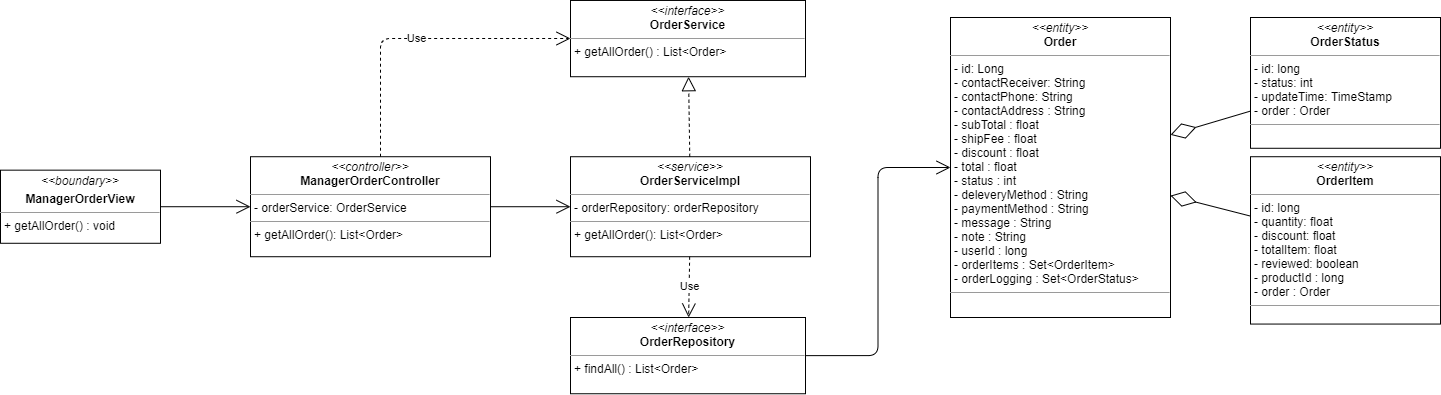
The draw.io diagram image-class/manager-order-class-diagram.png in nguyenphamvan/datn_20202, before a commit. Source tidied: cells renumbered, new cells last; positions are measured from the earlier drawing's top-left corner, leaving out a move shared by most shapes.
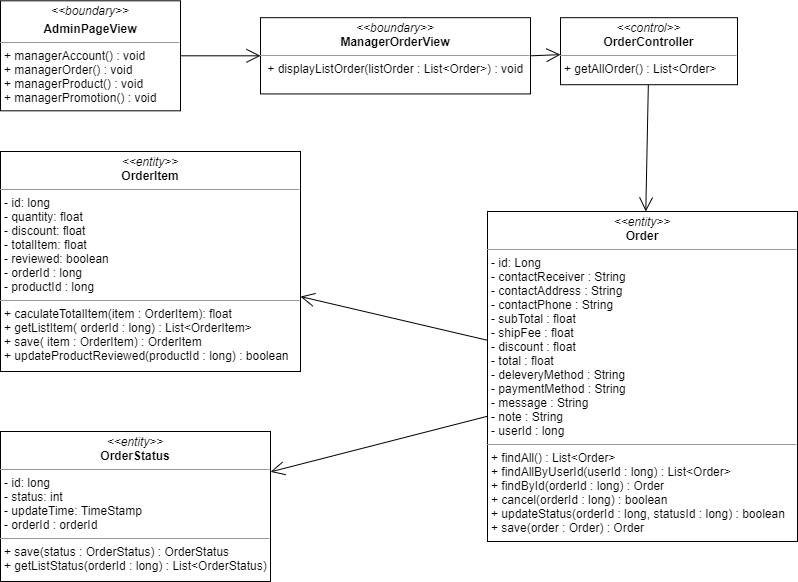
The same diagram one commit later.

Change to the diagram source:
```diff
@@ -2,57 +2,38 @@
   <root>
     <mxCell id="0" />
     <mxCell id="1" parent="0" />
-    <mxCell id="2" value="&lt;p style=&quot;margin: 0px ; margin-top: 4px ; text-align: center&quot;&gt;&lt;i&gt;&amp;lt;&amp;lt;boundary&amp;gt;&amp;gt;&lt;/i&gt;&lt;/p&gt;&lt;p style=&quot;margin: 0px ; margin-top: 4px ; text-align: center&quot;&gt;&lt;b&gt;ManagerOrderView&lt;/b&gt;&lt;/p&gt;&lt;hr size=&quot;1&quot;&gt;&lt;p style=&quot;margin: 0px ; margin-left: 4px&quot;&gt;&lt;span&gt;+ getAllOrder() : void&lt;/span&gt;&lt;br&gt;&lt;/p&gt;" style="verticalAlign=top;align=left;overflow=fill;fontSize=12;fontFamily=Helvetica;html=1;" parent="1" vertex="1">
-      <mxGeometry y="169.7" width="160" height="73.1" as="geometry" />
-    </mxCell>
-    <mxCell id="3" style="endArrow=open;endFill=1;endSize=12;html=1;entryX=0;entryY=0.5;entryDx=0;entryDy=0;exitX=1;exitY=0.5;exitDx=0;exitDy=0;" parent="1" edge="1" source="2" target="7">
-      <mxGeometry relative="1" as="geometry" />
-    </mxCell>
-    <mxCell id="4" style="endArrow=open;endFill=1;endSize=12;html=1;exitX=1;exitY=0.5;exitDx=0;exitDy=0;edgeStyle=orthogonalEdgeStyle;" parent="1" edge="1" source="5" target="13">
-      <mxGeometry relative="1" as="geometry" />
-    </mxCell>
-    <mxCell id="5" value="&lt;p style=&quot;margin: 0px ; margin-top: 4px ; text-align: center&quot;&gt;&lt;i&gt;&amp;lt;&amp;lt;interface&amp;gt;&amp;gt;&lt;/i&gt;&lt;br&gt;&lt;b&gt;OrderRepository&lt;/b&gt;&lt;/p&gt;&lt;hr size=&quot;1&quot;&gt;&lt;p style=&quot;margin: 0px ; margin-left: 4px&quot;&gt;+ findAll() : List&amp;lt;Order&amp;gt;&lt;/p&gt;" style="verticalAlign=top;align=left;overflow=fill;fontSize=12;fontFamily=Helvetica;html=1;" parent="1" vertex="1">
-      <mxGeometry x="570" y="317" width="235" height="76.2" as="geometry" />
-    </mxCell>
-    <mxCell id="6" value="&lt;p style=&quot;margin: 0px ; margin-top: 4px ; text-align: center&quot;&gt;&lt;i&gt;&amp;lt;&amp;lt;interface&amp;gt;&amp;gt;&lt;/i&gt;&lt;br&gt;&lt;b&gt;OrderService&lt;/b&gt;&lt;/p&gt;&lt;hr size=&quot;1&quot;&gt;&lt;p style=&quot;margin: 0px ; margin-left: 4px&quot;&gt;+ getAllOrder() : List&amp;lt;Order&amp;gt;&lt;/p&gt;" style="verticalAlign=top;align=left;overflow=fill;fontSize=12;fontFamily=Helvetica;html=1;" parent="1" vertex="1">
-      <mxGeometry x="570" width="235" height="76.2" as="geometry" />
-    </mxCell>
-    <mxCell id="7" value="&lt;p style=&quot;margin: 0px ; margin-top: 4px ; text-align: center&quot;&gt;&lt;i&gt;&amp;lt;&amp;lt;controller&amp;gt;&amp;gt;&lt;/i&gt;&lt;br&gt;&lt;b&gt;ManagerOrderController&lt;/b&gt;&lt;br&gt;&lt;/p&gt;&lt;hr size=&quot;1&quot;&gt;&lt;p style=&quot;margin: 0px ; margin-left: 4px&quot;&gt;- orderService: OrderService&lt;br&gt;&lt;/p&gt;&lt;hr size=&quot;1&quot;&gt;&lt;p style=&quot;margin: 0px ; margin-left: 4px&quot;&gt;+ getAllOrder(): List&amp;lt;Order&amp;gt;&lt;br&gt;&lt;/p&gt;" style="verticalAlign=top;align=left;overflow=fill;fontSize=12;fontFamily=Helvetica;html=1;" parent="1" vertex="1">
-      <mxGeometry x="250" y="156.2" width="240" height="100" as="geometry" />
-    </mxCell>
-    <mxCell id="8" value="&lt;p style=&quot;margin: 0px ; margin-top: 4px ; text-align: center&quot;&gt;&lt;i&gt;&amp;lt;&amp;lt;service&amp;gt;&amp;gt;&lt;/i&gt;&lt;br&gt;&lt;b&gt;OrderServiceImpl&lt;/b&gt;&lt;/p&gt;&lt;hr size=&quot;1&quot;&gt;&lt;p style=&quot;margin: 0px ; margin-left: 4px&quot;&gt;- orderRepository: orderRepository&lt;br&gt;&lt;/p&gt;&lt;hr size=&quot;1&quot;&gt;&lt;p style=&quot;margin: 0px ; margin-left: 4px&quot;&gt;+ getAllOrder(): List&amp;lt;Order&amp;gt;&lt;br&gt;&lt;/p&gt;" style="verticalAlign=top;align=left;overflow=fill;fontSize=12;fontFamily=Helvetica;html=1;" parent="1" vertex="1">
-      <mxGeometry x="570" y="156.2" width="240" height="100" as="geometry" />
-    </mxCell>
-    <mxCell id="9" value="Use" style="endArrow=open;endSize=12;dashed=1;html=1;edgeStyle=orthogonalEdgeStyle;" parent="1" edge="1" source="7" target="6">
-      <mxGeometry relative="1" as="geometry">
-        <Array as="points">
-          <mxPoint x="380" y="38" />
-        </Array>
-      </mxGeometry>
-    </mxCell>
-    <mxCell id="10" style="endArrow=block;dashed=1;endFill=0;endSize=12;html=1;" parent="1" edge="1" source="8" target="6">
-      <mxGeometry relative="1" as="geometry" />
-    </mxCell>
-    <mxCell id="11" value="Use" style="endArrow=open;endSize=12;dashed=1;html=1;" parent="1" edge="1" source="8" target="5">
-      <mxGeometry relative="1" as="geometry" />
-    </mxCell>
-    <mxCell id="12" style="endArrow=open;endFill=1;endSize=12;html=1;" parent="1" edge="1" source="7" target="8">
-      <mxGeometry relative="1" as="geometry" />
-    </mxCell>
-    <mxCell id="13" value="&lt;p style=&quot;margin: 0px ; margin-top: 4px ; text-align: center&quot;&gt;&lt;i&gt;&amp;lt;&amp;lt;entity&amp;gt;&amp;gt;&lt;/i&gt;&lt;br&gt;&lt;b&gt;Order&lt;/b&gt;&lt;/p&gt;&lt;hr size=&quot;1&quot;&gt;&lt;p style=&quot;margin: 0px ; margin-left: 4px&quot;&gt;- id: Long&lt;/p&gt;&lt;p style=&quot;margin: 0px 0px 0px 4px&quot;&gt;- contactReceiver: String&lt;br&gt;- contactPhone: String&lt;/p&gt;&lt;p style=&quot;margin: 0px 0px 0px 4px&quot;&gt;- contactAddress : String&lt;/p&gt;&lt;p style=&quot;margin: 0px 0px 0px 4px&quot;&gt;- subTotal : float&lt;/p&gt;&lt;p style=&quot;margin: 0px 0px 0px 4px&quot;&gt;- shipFee : float&lt;/p&gt;&lt;p style=&quot;margin: 0px 0px 0px 4px&quot;&gt;- discount : float&lt;/p&gt;&lt;p style=&quot;margin: 0px 0px 0px 4px&quot;&gt;- total : float&lt;/p&gt;&lt;p style=&quot;margin: 0px 0px 0px 4px&quot;&gt;- status : int&lt;/p&gt;&lt;p style=&quot;margin: 0px 0px 0px 4px&quot;&gt;- deleveryMethod : String&lt;/p&gt;&lt;p style=&quot;margin: 0px 0px 0px 4px&quot;&gt;- paymentMethod : String&lt;/p&gt;&lt;p style=&quot;margin: 0px 0px 0px 4px&quot;&gt;- message : String&lt;/p&gt;&lt;p style=&quot;margin: 0px 0px 0px 4px&quot;&gt;- note : String&lt;/p&gt;&lt;p style=&quot;margin: 0px 0px 0px 4px&quot;&gt;- userId : long&lt;/p&gt;&lt;p style=&quot;margin: 0px 0px 0px 4px&quot;&gt;- orderItems : Set&amp;lt;OrderItem&amp;gt;&lt;/p&gt;&lt;p style=&quot;margin: 0px 0px 0px 4px&quot;&gt;- orderLogging : Set&amp;lt;OrderStatus&amp;gt;&amp;nbsp;&lt;/p&gt;&lt;hr size=&quot;1&quot;&gt;&lt;p style=&quot;margin: 0px ; margin-left: 4px&quot;&gt;&lt;br&gt;&lt;/p&gt;" style="verticalAlign=top;align=left;overflow=fill;fontSize=12;fontFamily=Helvetica;html=1;" parent="1" vertex="1">
-      <mxGeometry x="950" y="17" width="220" height="300" as="geometry" />
-    </mxCell>
-    <mxCell id="14" value="&lt;p style=&quot;margin: 0px ; margin-top: 4px ; text-align: center&quot;&gt;&lt;i&gt;&amp;lt;&amp;lt;entity&amp;gt;&amp;gt;&lt;/i&gt;&lt;br&gt;&lt;b&gt;OrderItem&lt;/b&gt;&lt;/p&gt;&lt;hr size=&quot;1&quot;&gt;&lt;p style=&quot;margin: 0px ; margin-left: 4px&quot;&gt;- id: long&lt;/p&gt;&lt;p style=&quot;margin: 0px ; margin-left: 4px&quot;&gt;- quantity: float&lt;br&gt;- discount: float&lt;/p&gt;&lt;p style=&quot;margin: 0px ; margin-left: 4px&quot;&gt;- totalItem: float&lt;/p&gt;&lt;p style=&quot;margin: 0px ; margin-left: 4px&quot;&gt;- reviewed: boolean&lt;/p&gt;&lt;p style=&quot;margin: 0px ; margin-left: 4px&quot;&gt;- productId : long&lt;/p&gt;&lt;p style=&quot;margin: 0px ; margin-left: 4px&quot;&gt;- order : Order&lt;/p&gt;&lt;hr size=&quot;1&quot;&gt;&lt;p style=&quot;margin: 0px ; margin-left: 4px&quot;&gt;&lt;br&gt;&lt;/p&gt;" style="verticalAlign=top;align=left;overflow=fill;fontSize=12;fontFamily=Helvetica;html=1;" parent="1" vertex="1">
-      <mxGeometry x="1250" y="156.2" width="190" height="167.3" as="geometry" />
-    </mxCell>
-    <mxCell id="15" value="&lt;p style=&quot;margin: 0px ; margin-top: 4px ; text-align: center&quot;&gt;&lt;i&gt;&amp;lt;&amp;lt;entity&amp;gt;&amp;gt;&lt;/i&gt;&lt;br&gt;&lt;b&gt;OrderStatus&lt;/b&gt;&lt;/p&gt;&lt;hr size=&quot;1&quot;&gt;&lt;p style=&quot;margin: 0px ; margin-left: 4px&quot;&gt;- id: long&lt;/p&gt;&lt;p style=&quot;margin: 0px ; margin-left: 4px&quot;&gt;- status: int&lt;br&gt;- updateTime: TimeStamp&lt;/p&gt;&lt;p style=&quot;margin: 0px ; margin-left: 4px&quot;&gt;- order : Order&lt;/p&gt;&lt;hr size=&quot;1&quot;&gt;&lt;p style=&quot;margin: 0px ; margin-left: 4px&quot;&gt;&lt;br&gt;&lt;/p&gt;" style="verticalAlign=top;align=left;overflow=fill;fontSize=12;fontFamily=Helvetica;html=1;" parent="1" vertex="1">
-      <mxGeometry x="1250" y="17" width="190" height="130.8" as="geometry" />
-    </mxCell>
-    <mxCell id="16" style="endArrow=diamondThin;endFill=0;endSize=24;html=1;" parent="1" edge="1" source="15" target="13">
-      <mxGeometry relative="1" as="geometry" />
-    </mxCell>
-    <mxCell id="17" style="endArrow=diamondThin;endFill=0;endSize=24;html=1;" parent="1" edge="1" source="14" target="13">
-      <mxGeometry relative="1" as="geometry" />
-    </mxCell>
+    <mxCell id="18" value="&lt;p style=&quot;margin: 0px ; margin-top: 4px ; text-align: center&quot;&gt;&lt;i&gt;&amp;lt;&amp;lt;boundary&amp;gt;&amp;gt;&lt;/i&gt;&lt;br&gt;&lt;b&gt;ManagerOrderView&lt;/b&gt;&lt;/p&gt;&lt;hr size=&quot;1&quot;&gt;&lt;p style=&quot;margin: 0px ; margin-left: 4px&quot;&gt;&lt;span&gt;&amp;nbsp;&lt;/span&gt;&lt;span&gt;+ displayListOrder(listOrder : List&amp;lt;Order&amp;gt;) : void&lt;/span&gt;&lt;/p&gt;" style="verticalAlign=top;align=left;overflow=fill;fontSize=12;fontFamily=Helvetica;html=1;" parent="1" vertex="1">
+      <mxGeometry x="500" y="163.2" width="270" height="76.2" as="geometry" />
+    </mxCell>
+    <mxCell id="19" style="endArrow=open;endFill=1;endSize=12;html=1;exitX=1;exitY=0.5;exitDx=0;exitDy=0;" parent="1" edge="1" source="18" target="20">
+      <mxGeometry relative="1" as="geometry" />
+    </mxCell>
+    <mxCell id="20" value="&lt;p style=&quot;margin: 0px ; margin-top: 4px ; text-align: center&quot;&gt;&lt;i&gt;&amp;lt;&amp;lt;control&amp;gt;&amp;gt;&lt;/i&gt;&lt;br&gt;&lt;b&gt;OrderController&lt;/b&gt;&lt;br&gt;&lt;/p&gt;&lt;hr size=&quot;1&quot;&gt;&lt;p style=&quot;margin: 0px ; margin-left: 4px&quot;&gt;&lt;span&gt;+ getAllOrder() : List&amp;lt;Order&amp;gt;&lt;/span&gt;&lt;br&gt;&lt;/p&gt;" style="verticalAlign=top;align=left;overflow=fill;fontSize=12;fontFamily=Helvetica;html=1;" parent="1" vertex="1">
+      <mxGeometry x="800" y="163.2" width="177" height="67" as="geometry" />
+    </mxCell>
+    <mxCell id="21" style="endArrow=open;endFill=1;endSize=12;html=1;" parent="1" edge="1" source="20" target="24">
+      <mxGeometry relative="1" as="geometry" />
+    </mxCell>
+    <mxCell id="22" value="&lt;p style=&quot;margin: 0px ; margin-top: 4px ; text-align: center&quot;&gt;&lt;i&gt;&amp;lt;&amp;lt;entity&amp;gt;&amp;gt;&lt;/i&gt;&lt;br&gt;&lt;b&gt;OrderItem&lt;/b&gt;&lt;/p&gt;&lt;hr size=&quot;1&quot;&gt;&lt;p style=&quot;margin: 0px ; margin-left: 4px&quot;&gt;- id: long&lt;/p&gt;&lt;p style=&quot;margin: 0px ; margin-left: 4px&quot;&gt;- quantity: float&lt;br&gt;- discount: float&lt;/p&gt;&lt;p style=&quot;margin: 0px ; margin-left: 4px&quot;&gt;- totalItem: float&lt;/p&gt;&lt;p style=&quot;margin: 0px ; margin-left: 4px&quot;&gt;- reviewed: boolean&lt;/p&gt;&lt;p style=&quot;margin: 0px ; margin-left: 4px&quot;&gt;- orderId : long&lt;/p&gt;&lt;p style=&quot;margin: 0px ; margin-left: 4px&quot;&gt;- productId : long&lt;/p&gt;&lt;hr size=&quot;1&quot;&gt;&lt;p style=&quot;margin: 0px 0px 0px 4px&quot;&gt;+ caculateTotalItem(item : OrderItem): float&lt;br&gt;&lt;/p&gt;&lt;p style=&quot;margin: 0px 0px 0px 4px&quot;&gt;+ getListItem( orderId : long) : List&amp;lt;OrderItem&amp;gt;&lt;br&gt;&lt;/p&gt;&lt;p style=&quot;margin: 0px 0px 0px 4px&quot;&gt;+ save( item : OrderItem) : OrderItem&lt;/p&gt;&lt;p style=&quot;margin: 0px 0px 0px 4px&quot;&gt;+ updateProductReviewed(productId : long) : boolean&lt;/p&gt;" style="verticalAlign=top;align=left;overflow=fill;fontSize=12;fontFamily=Helvetica;html=1;" parent="1" vertex="1">
+      <mxGeometry x="240" y="297" width="300" height="220" as="geometry" />
+    </mxCell>
+    <mxCell id="23" value="&lt;p style=&quot;margin: 0px ; margin-top: 4px ; text-align: center&quot;&gt;&lt;i&gt;&amp;lt;&amp;lt;entity&amp;gt;&amp;gt;&lt;/i&gt;&lt;br&gt;&lt;b&gt;OrderStatus&lt;/b&gt;&lt;/p&gt;&lt;hr size=&quot;1&quot;&gt;&lt;p style=&quot;margin: 0px ; margin-left: 4px&quot;&gt;- id: long&lt;/p&gt;&lt;p style=&quot;margin: 0px ; margin-left: 4px&quot;&gt;- status: int&lt;br&gt;- updateTime: TimeStamp&lt;/p&gt;&lt;p style=&quot;margin: 0px ; margin-left: 4px&quot;&gt;- orderId : orderId&lt;/p&gt;&lt;hr size=&quot;1&quot;&gt;&lt;p style=&quot;margin: 0px ; margin-left: 4px&quot;&gt;+ save(status : OrderStatus) : OrderStatus&lt;/p&gt;&lt;p style=&quot;margin: 0px ; margin-left: 4px&quot;&gt;+ getListStatus(orderId : long) : List&amp;lt;OrderStatus)&lt;/p&gt;" style="verticalAlign=top;align=left;overflow=fill;fontSize=12;fontFamily=Helvetica;html=1;" parent="1" vertex="1">
+      <mxGeometry x="240" y="577" width="270" height="150" as="geometry" />
+    </mxCell>
+    <mxCell id="24" value="&lt;p style=&quot;margin: 0px ; margin-top: 4px ; text-align: center&quot;&gt;&lt;i&gt;&amp;lt;&amp;lt;entity&amp;gt;&amp;gt;&lt;/i&gt;&lt;br&gt;&lt;b&gt;Order&lt;/b&gt;&lt;/p&gt;&lt;hr size=&quot;1&quot;&gt;&lt;p style=&quot;margin: 0px ; margin-left: 4px&quot;&gt;- id: Long&lt;/p&gt;&lt;p style=&quot;margin: 0px ; margin-left: 4px&quot;&gt;- contactReceiver : String&lt;/p&gt;&lt;p style=&quot;margin: 0px ; margin-left: 4px&quot;&gt;- contactAddress : String&lt;/p&gt;&lt;p style=&quot;margin: 0px ; margin-left: 4px&quot;&gt;- contactPhone : String&lt;/p&gt;&lt;p style=&quot;margin: 0px 0px 0px 4px&quot;&gt;- subTotal : float&lt;/p&gt;&lt;p style=&quot;margin: 0px 0px 0px 4px&quot;&gt;- shipFee : float&lt;/p&gt;&lt;p style=&quot;margin: 0px 0px 0px 4px&quot;&gt;- discount : float&lt;/p&gt;&lt;p style=&quot;margin: 0px 0px 0px 4px&quot;&gt;- total : float&lt;/p&gt;&lt;p style=&quot;margin: 0px 0px 0px 4px&quot;&gt;- deleveryMethod : String&lt;/p&gt;&lt;p style=&quot;margin: 0px 0px 0px 4px&quot;&gt;- paymentMethod : String&lt;/p&gt;&lt;p style=&quot;margin: 0px 0px 0px 4px&quot;&gt;- message : String&lt;/p&gt;&lt;p style=&quot;margin: 0px 0px 0px 4px&quot;&gt;- note : String&lt;/p&gt;&lt;p style=&quot;margin: 0px 0px 0px 4px&quot;&gt;- userId : long&lt;/p&gt;&lt;hr size=&quot;1&quot;&gt;&lt;p style=&quot;margin: 0px 0px 0px 4px&quot;&gt;+ findAll() : List&amp;lt;Order&amp;gt;&lt;/p&gt;&lt;p style=&quot;margin: 0px 0px 0px 4px&quot;&gt;+ findAllByUserId(userId : long) : List&amp;lt;Order&amp;gt;&lt;/p&gt;&lt;p style=&quot;margin: 0px 0px 0px 4px&quot;&gt;+ findById(orderId : long) : Order&lt;br&gt;&lt;/p&gt;&lt;p style=&quot;margin: 0px 0px 0px 4px&quot;&gt;+ cancel(orderId : long) : boolean&lt;br&gt;&lt;/p&gt;&lt;p style=&quot;margin: 0px 0px 0px 4px&quot;&gt;+ updateStatus(orderId : long, statusId : long) : boolean&lt;/p&gt;&lt;p style=&quot;margin: 0px 0px 0px 4px&quot;&gt;+ save(order : Order) : Order&lt;/p&gt;" style="verticalAlign=top;align=left;overflow=fill;fontSize=12;fontFamily=Helvetica;html=1;" parent="1" vertex="1">
+      <mxGeometry x="727" y="357" width="310" height="330" as="geometry" />
+    </mxCell>
+    <mxCell id="25" value="&lt;p style=&quot;margin: 0px ; margin-top: 4px ; text-align: center&quot;&gt;&lt;i&gt;&amp;lt;&amp;lt;boundary&amp;gt;&amp;gt;&lt;/i&gt;&lt;/p&gt;&lt;p style=&quot;margin: 0px ; margin-top: 4px ; text-align: center&quot;&gt;&lt;b&gt;AdminPageView&lt;/b&gt;&lt;/p&gt;&lt;hr size=&quot;1&quot;&gt;&lt;p style=&quot;margin: 0px ; margin-left: 4px&quot;&gt;&lt;span&gt;+ managerAccount() : void&lt;/span&gt;&lt;br&gt;&lt;/p&gt;&lt;p style=&quot;margin: 0px ; margin-left: 4px&quot;&gt;&lt;span&gt;+ managerOrder() : void&lt;/span&gt;&lt;/p&gt;&lt;p style=&quot;margin: 0px ; margin-left: 4px&quot;&gt;&lt;span&gt;+ managerProduct() : void&lt;/span&gt;&lt;/p&gt;&lt;p style=&quot;margin: 0px ; margin-left: 4px&quot;&gt;&lt;span&gt;+ managerPromotion() : void&lt;/span&gt;&lt;/p&gt;" style="verticalAlign=top;align=left;overflow=fill;fontSize=12;fontFamily=Helvetica;html=1;" parent="1" vertex="1">
+      <mxGeometry x="240" y="146.3" width="180" height="110" as="geometry" />
+    </mxCell>
+    <mxCell id="26" style="endArrow=open;endFill=1;endSize=12;html=1;" parent="1" edge="1" source="25" target="18">
+      <mxGeometry relative="1" as="geometry" />
+    </mxCell>
+    <mxCell id="27" style="endArrow=open;endFill=1;endSize=12;html=1;" parent="1" edge="1" source="24" target="22">
+      <mxGeometry relative="1" as="geometry" />
+    </mxCell>
+    <mxCell id="28" style="endArrow=open;endFill=1;endSize=12;html=1;" parent="1" edge="1" source="24" target="23">
+      <mxGeometry relative="1" as="geometry" />
+    </mxCell>
   </root>
 </mxGraphModel>
```
